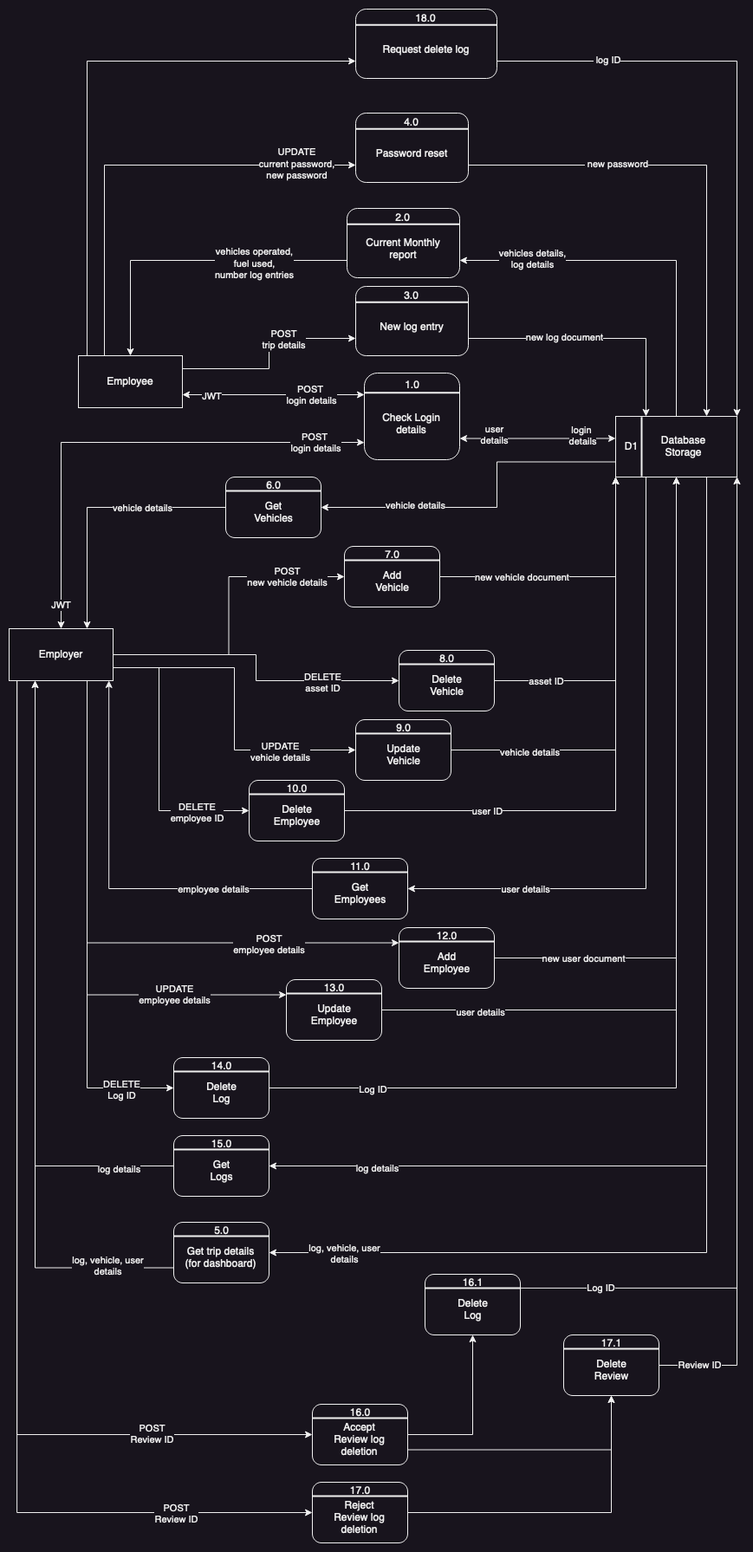
Above: docs/data flow diagram/dataflow diagram.png in jophc1/FullStackFuelLog (draw.io), before the change. Source tidied: cells renumbered, new cells last; positions are measured from the earlier drawing's top-left corner, leaving out a move shared by most shapes.
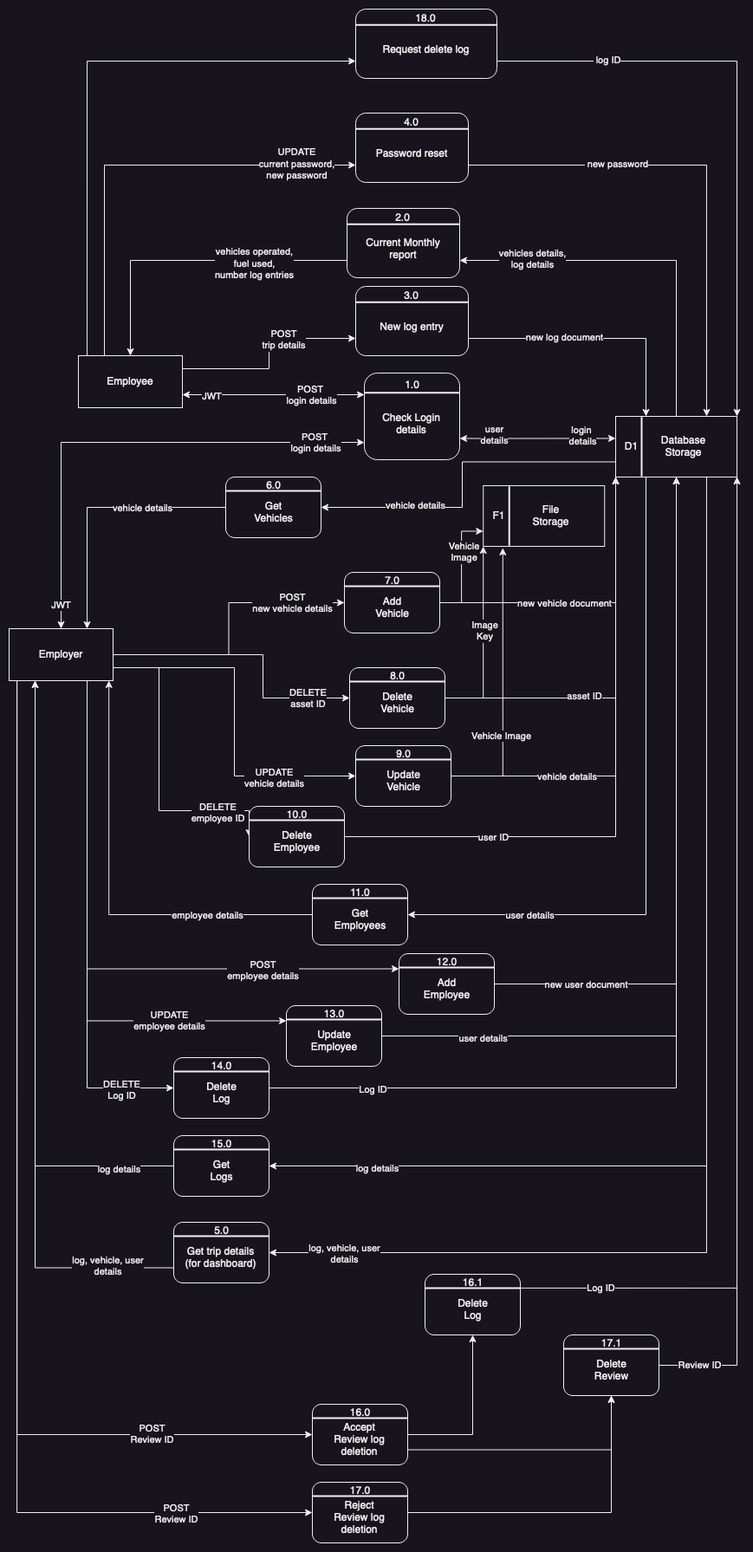
Later version of the same file.

Commit message:
changed dataflow diagram to add file server

What changed in the source:
```diff
@@ -74,10 +74,17 @@
       </mxGeometry>
     </mxCell>
     <mxCell id="22" style="edgeStyle=orthogonalEdgeStyle;rounded=0;jettySize=auto;html=1;exitX=1;exitY=0.5;exitDx=0;exitDy=0;entryX=0;entryY=0.5;entryDx=0;entryDy=0;" parent="1" edge="1" source="36" target="77">
-      <mxGeometry relative="1" as="geometry" />
+      <mxGeometry relative="1" as="geometry">
+        <Array as="points">
+          <mxPoint x="293" y="745" />
+          <mxPoint x="293" y="795" />
+        </Array>
+      </mxGeometry>
     </mxCell>
     <mxCell id="23" value="&lt;div&gt;DELETE &lt;br&gt;&lt;/div&gt;&lt;div&gt;asset ID&lt;br&gt;&lt;/div&gt;" style="edgeLabel;html=1;align=center;verticalAlign=middle;" parent="22" vertex="1">
-      <mxGeometry x="0.51" y="-2" relative="1" as="geometry" />
+      <mxGeometry x="0.51" y="-2" relative="1" as="geometry">
+        <mxPoint x="31" y="-2" as="offset" />
+      </mxGeometry>
     </mxCell>
     <mxCell id="24" style="edgeStyle=orthogonalEdgeStyle;rounded=0;jettySize=auto;html=1;exitX=1;exitY=0.75;exitDx=0;exitDy=0;entryX=0;entryY=0.5;entryDx=0;entryDy=0;" parent="1" edge="1" source="36" target="52">
       <mxGeometry relative="1" as="geometry" />
@@ -161,7 +168,7 @@
       </mxGeometry>
     </mxCell>
     <mxCell id="46" style="group;" parent="1" vertex="1">
-      <mxGeometry x="387" y="620" width="110" height="70" as="geometry" />
+      <mxGeometry x="387" y="650" width="110" height="70" as="geometry" />
     </mxCell>
     <mxCell id="47" style="rounded=1;whiteSpace=wrap;html=1;" parent="46" vertex="1">
       <mxGeometry width="110" height="70" as="geometry" />
@@ -176,7 +183,7 @@
       <mxGeometry x="36.7" width="36.7" height="19.1" as="geometry" />
     </mxCell>
     <mxCell id="51" style="group;" parent="1" vertex="1">
-      <mxGeometry x="400" y="820" width="110" height="70" as="geometry" />
+      <mxGeometry x="400" y="850" width="110" height="70" as="geometry" />
     </mxCell>
     <mxCell id="52" style="rounded=1;whiteSpace=wrap;html=1;" parent="51" vertex="1">
       <mxGeometry width="110" height="70" as="geometry" />
@@ -191,7 +198,7 @@
       <mxGeometry x="36.7" width="36.7" height="19.1" as="geometry" />
     </mxCell>
     <mxCell id="56" style="group;" parent="1" vertex="1">
-      <mxGeometry x="277" y="890" width="110" height="70" as="geometry" />
+      <mxGeometry x="277" y="920" width="110" height="70" as="geometry" />
     </mxCell>
     <mxCell id="57" style="rounded=1;whiteSpace=wrap;html=1;" parent="56" vertex="1">
       <mxGeometry width="110" height="70" as="geometry" />
@@ -221,7 +228,7 @@
       <mxGeometry x="36.7" width="36.7" height="19.1" as="geometry" />
     </mxCell>
     <mxCell id="66" style="group;" parent="1" vertex="1">
-      <mxGeometry x="450" y="1060" width="110" height="70" as="geometry" />
+      <mxGeometry x="450" y="1090" width="110" height="70" as="geometry" />
     </mxCell>
     <mxCell id="67" style="rounded=1;whiteSpace=wrap;html=1;" parent="66" vertex="1">
       <mxGeometry width="110" height="70" as="geometry" />
@@ -236,7 +243,7 @@
       <mxGeometry x="36.7" width="36.7" height="19.1" as="geometry" />
     </mxCell>
     <mxCell id="71" style="group;" parent="1" vertex="1">
-      <mxGeometry x="320" y="1120" width="110" height="70" as="geometry" />
+      <mxGeometry x="320" y="1150" width="110" height="70" as="geometry" />
     </mxCell>
     <mxCell id="72" style="rounded=1;whiteSpace=wrap;html=1;" parent="71" vertex="1">
       <mxGeometry width="110" height="70" as="geometry" />
@@ -251,7 +258,7 @@
       <mxGeometry x="36.7" width="36.7" height="19.1" as="geometry" />
     </mxCell>
     <mxCell id="76" style="group;" parent="1" vertex="1">
-      <mxGeometry x="450" y="740" width="110" height="70" as="geometry" />
+      <mxGeometry x="393" y="760" width="110" height="70" as="geometry" />
     </mxCell>
     <mxCell id="77" style="rounded=1;whiteSpace=wrap;html=1;" parent="76" vertex="1">
       <mxGeometry width="110" height="70" as="geometry" />
@@ -352,14 +359,16 @@
     </mxCell>
     <mxCell id="108" value="&lt;div&gt;new vehicle document&lt;br&gt;&lt;/div&gt;" style="edgeLabel;html=1;align=center;verticalAlign=middle;" parent="107" vertex="1">
       <mxGeometry x="-0.59" y="-1" relative="1" as="geometry">
-        <mxPoint x="29" y="-1" as="offset" />
+        <mxPoint x="72" y="-1" as="offset" />
       </mxGeometry>
     </mxCell>
     <mxCell id="109" style="edgeStyle=orthogonalEdgeStyle;rounded=0;jettySize=auto;html=1;exitX=1;exitY=0.5;exitDx=0;exitDy=0;entryX=0;entryY=1;entryDx=0;entryDy=0;" parent="1" edge="1" source="77" target="13">
       <mxGeometry relative="1" as="geometry" />
     </mxCell>
     <mxCell id="110" value="asset ID" style="edgeLabel;html=1;align=center;verticalAlign=middle;" parent="109" vertex="1">
-      <mxGeometry x="-0.69" relative="1" as="geometry" />
+      <mxGeometry x="-0.69" relative="1" as="geometry">
+        <mxPoint x="89" y="-3" as="offset" />
+      </mxGeometry>
     </mxCell>
     <mxCell id="111" style="edgeStyle=orthogonalEdgeStyle;rounded=0;jettySize=auto;html=1;exitX=0;exitY=0.5;exitDx=0;exitDy=0;entryX=0.75;entryY=0;entryDx=0;entryDy=0;" parent="1" edge="1" source="62" target="36">
       <mxGeometry relative="1" as="geometry" />
@@ -376,8 +385,8 @@
     <mxCell id="115" style="edgeStyle=orthogonalEdgeStyle;rounded=0;jettySize=auto;html=1;exitX=0;exitY=0.75;exitDx=0;exitDy=0;entryX=1;entryY=0.5;entryDx=0;entryDy=0;" parent="1" edge="1" source="13" target="62">
       <mxGeometry relative="1" as="geometry">
         <Array as="points">
-          <mxPoint x="563" y="522" />
-          <mxPoint x="563" y="575" />
+          <mxPoint x="523" y="523" />
+          <mxPoint x="523" y="575" />
         </Array>
       </mxGeometry>
     </mxCell>
@@ -388,10 +397,12 @@
       <mxGeometry relative="1" as="geometry" />
     </mxCell>
     <mxCell id="118" value="vehicle details" style="edgeLabel;html=1;align=center;verticalAlign=middle;" parent="117" vertex="1">
-      <mxGeometry x="-0.65" y="-2" relative="1" as="geometry" />
+      <mxGeometry x="-0.65" y="-2" relative="1" as="geometry">
+        <mxPoint x="38" y="-2" as="offset" />
+      </mxGeometry>
     </mxCell>
     <mxCell id="119" style="group;" parent="1" vertex="1">
-      <mxGeometry x="350" y="980" width="110" height="70" as="geometry" />
+      <mxGeometry x="350" y="1010" width="110" height="70" as="geometry" />
     </mxCell>
     <mxCell id="120" style="rounded=1;whiteSpace=wrap;html=1;" parent="119" vertex="1">
       <mxGeometry width="110" height="70" as="geometry" />
@@ -620,5 +631,38 @@
     <mxCell id="190" style="edgeStyle=orthogonalEdgeStyle;rounded=0;jettySize=auto;html=1;exitX=1;exitY=0.5;exitDx=0;exitDy=0;entryX=0.5;entryY=1;entryDx=0;entryDy=0;" parent="1" edge="1" source="143" target="178">
       <mxGeometry relative="1" as="geometry" />
     </mxCell>
+    <mxCell id="191" style="group;" parent="1" vertex="1">
+      <mxGeometry x="547.2" y="550" width="140" height="70" as="geometry" />
+    </mxCell>
+    <mxCell id="192" style="rounded=0;whiteSpace=wrap;html=1;" parent="191" vertex="1">
+      <mxGeometry width="140" height="70" as="geometry" />
+    </mxCell>
+    <mxCell id="193" style="line;strokeWidth=2;html=1;rotation=-90;" parent="191" vertex="1">
+      <mxGeometry x="-4.2" y="30" width="68.5" height="10" as="geometry" />
+    </mxCell>
+    <mxCell id="194" value="F1" style="text;html=1;strokeColor=none;fillColor=none;align=center;verticalAlign=middle;whiteSpace=wrap;rounded=0;" parent="191" vertex="1">
+      <mxGeometry y="25.5" width="36.7" height="19.1" as="geometry" />
+    </mxCell>
+    <mxCell id="195" value="File Storage" style="text;html=1;strokeColor=none;fillColor=none;align=center;verticalAlign=middle;whiteSpace=wrap;rounded=0;" parent="191" vertex="1">
+      <mxGeometry x="60" y="25.5" width="36.7" height="19.1" as="geometry" />
+    </mxCell>
+    <mxCell id="196" style="edgeStyle=orthogonalEdgeStyle;rounded=0;jettySize=auto;html=1;exitX=1;exitY=0.5;exitDx=0;exitDy=0;entryX=0;entryY=0.75;entryDx=0;entryDy=0;" parent="1" edge="1" source="47" target="192">
+      <mxGeometry relative="1" as="geometry" />
+    </mxCell>
+    <mxCell id="197" value="&lt;div&gt;Vehicle&lt;/div&gt;&lt;div&gt;Image&lt;br&gt;&lt;/div&gt;" style="edgeLabel;html=1;align=center;verticalAlign=middle;" parent="196" vertex="1">
+      <mxGeometry x="0.26" y="-2" relative="1" as="geometry" />
+    </mxCell>
+    <mxCell id="198" style="edgeStyle=orthogonalEdgeStyle;rounded=0;jettySize=auto;html=1;exitX=1;exitY=0.5;exitDx=0;exitDy=0;entryX=0;entryY=1;entryDx=0;entryDy=0;" parent="1" edge="1" source="77" target="192">
+      <mxGeometry relative="1" as="geometry" />
+    </mxCell>
+    <mxCell id="199" value="&lt;div&gt;Image&lt;/div&gt;&lt;div&gt;Key&lt;br&gt;&lt;/div&gt;" style="edgeLabel;html=1;align=center;verticalAlign=middle;" parent="198" vertex="1">
+      <mxGeometry x="0.11" y="-1" relative="1" as="geometry" />
+    </mxCell>
+    <mxCell id="200" style="edgeStyle=orthogonalEdgeStyle;rounded=0;jettySize=auto;html=1;exitX=1;exitY=0.5;exitDx=0;exitDy=0;entryX=0.161;entryY=1.027;entryDx=0;entryDy=0;entryPerimeter=0;" parent="1" edge="1" source="52" target="192">
+      <mxGeometry relative="1" as="geometry" />
+    </mxCell>
+    <mxCell id="201" value="Vehicle Image" style="edgeLabel;html=1;align=center;verticalAlign=middle;" parent="200" vertex="1">
+      <mxGeometry x="-0.34" y="2" relative="1" as="geometry" />
+    </mxCell>
   </root>
 </mxGraphModel>
```
